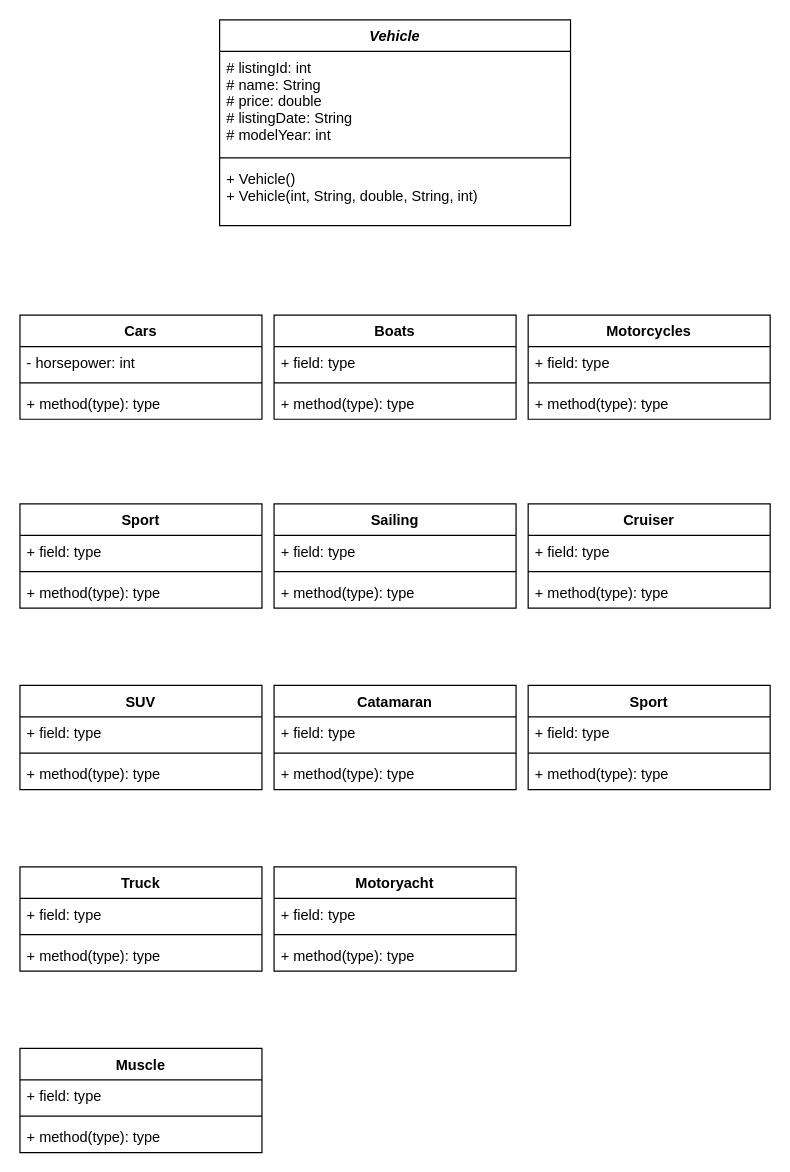
Before: UML/vehiclesellingportal.drawio in bariis/javaproject, a draw.io diagram. Source tidied: cells renumbered, new cells numbered last; positions are measured from the earlier drawing's top-left corner, leaving out a move shared by most shapes. Both pictures are drawn from the tidied source at 121%, with x=0, y=0 at pixel (19, 19).
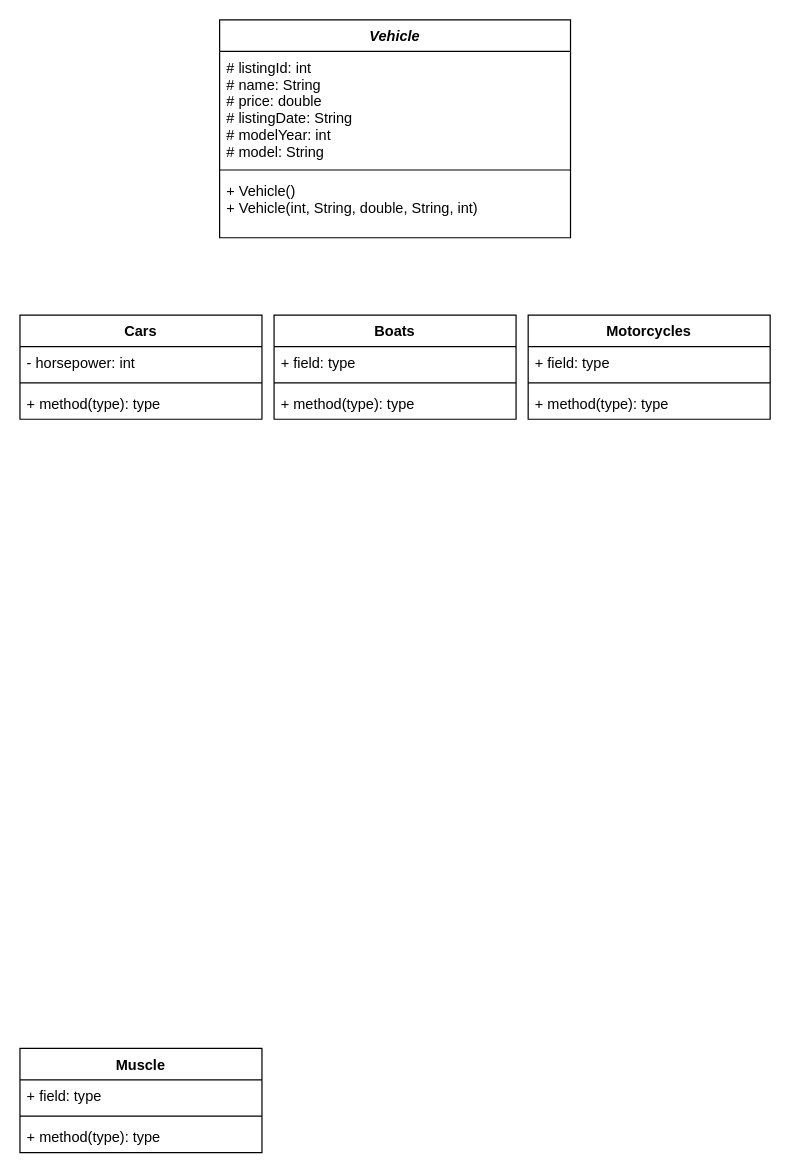
Above is the later version.

Diff of the diagram source:
```diff
@@
     <mxCell id="2" value="Vehicle" style="swimlane;fontStyle=3;align=center;verticalAlign=top;horizontal=1;startSize=26;" parent="1" vertex="1">
-      <mxGeometry x="165" width="290" height="170" as="geometry" />
+      <mxGeometry x="165" width="290" height="180" as="geometry" />
     </mxCell>
-    <mxCell id="3" value="# listingId: int&#10;# name: String&#10;# price: double&#10;# listingDate: String&#10;# modelYear: int&#10;" style="text;strokeColor=none;fillColor=none;align=left;verticalAlign=top;spacingLeft=4;spacingRight=4;overflow=hidden;" parent="2" vertex="1">
-      <mxGeometry y="26" width="290" height="84" as="geometry" />
+    <mxCell id="3" value="# listingId: int&#10;# name: String&#10;# price: double&#10;# listingDate: String&#10;# modelYear: int&#10;# model: String&#10;&#10;" style="text;strokeColor=none;fillColor=none;align=left;verticalAlign=top;spacingLeft=4;spacingRight=4;overflow=hidden;" parent="2" vertex="1">
+      <mxGeometry y="26" width="290" height="94" as="geometry" />
     </mxCell>
     <mxCell id="4" style="line;strokeWidth=1;fillColor=none;align=left;verticalAlign=middle;spacingTop=-1;spacingLeft=3;spacingRight=3;labelPosition=right;" parent="2" vertex="1">
-      <mxGeometry y="110" width="290" height="8" as="geometry" />
+      <mxGeometry y="120" width="290" height="8" as="geometry" />
     </mxCell>
     <mxCell id="5" value="+ Vehicle()&#10;+ Vehicle(int, String, double, String, int)" style="text;strokeColor=none;fillColor=none;align=left;verticalAlign=top;spacingLeft=4;spacingRight=4;overflow=hidden;" parent="2" vertex="1">
-      <mxGeometry y="118" width="290" height="52" as="geometry" />
+      <mxGeometry y="128" width="290" height="52" as="geometry" />
     </mxCell>
@@
-    <mxCell id="18" value="Sport" style="swimlane;fontStyle=1;align=center;verticalAlign=top;horizontal=1;startSize=26;" parent="1" vertex="1">
-      <mxGeometry y="400" width="200" height="86" as="geometry" />
-    </mxCell>
-    <mxCell id="19" value="+ field: type" style="text;strokeColor=none;fillColor=none;align=left;verticalAlign=top;spacingLeft=4;spacingRight=4;overflow=hidden;" parent="18" vertex="1">
-      <mxGeometry y="26" width="200" height="26" as="geometry" />
-    </mxCell>
-    <mxCell id="20" style="line;strokeWidth=1;fillColor=none;align=left;verticalAlign=middle;spacingTop=-1;spacingLeft=3;spacingRight=3;labelPosition=right;" parent="18" vertex="1">
-      <mxGeometry y="52" width="200" height="8" as="geometry" />
-    </mxCell>
-    <mxCell id="21" value="+ method(type): type" style="text;strokeColor=none;fillColor=none;align=left;verticalAlign=top;spacingLeft=4;spacingRight=4;overflow=hidden;" parent="18" vertex="1">
-      <mxGeometry y="60" width="200" height="26" as="geometry" />
-    </mxCell>
-    <mxCell id="22" value="SUV" style="swimlane;fontStyle=1;align=center;verticalAlign=top;horizontal=1;startSize=26;" parent="1" vertex="1">
-      <mxGeometry y="550" width="200" height="86" as="geometry" />
-    </mxCell>
-    <mxCell id="23" value="+ field: type" style="text;strokeColor=none;fillColor=none;align=left;verticalAlign=top;spacingLeft=4;spacingRight=4;overflow=hidden;" parent="22" vertex="1">
-      <mxGeometry y="26" width="200" height="26" as="geometry" />
-    </mxCell>
-    <mxCell id="24" style="line;strokeWidth=1;fillColor=none;align=left;verticalAlign=middle;spacingTop=-1;spacingLeft=3;spacingRight=3;labelPosition=right;" parent="22" vertex="1">
-      <mxGeometry y="52" width="200" height="8" as="geometry" />
-    </mxCell>
-    <mxCell id="25" value="+ method(type): type" style="text;strokeColor=none;fillColor=none;align=left;verticalAlign=top;spacingLeft=4;spacingRight=4;overflow=hidden;" parent="22" vertex="1">
-      <mxGeometry y="60" width="200" height="26" as="geometry" />
-    </mxCell>
-    <mxCell id="26" value="Truck" style="swimlane;fontStyle=1;align=center;verticalAlign=top;horizontal=1;startSize=26;" parent="1" vertex="1">
-      <mxGeometry y="700" width="200" height="86" as="geometry" />
-    </mxCell>
-    <mxCell id="27" value="+ field: type" style="text;strokeColor=none;fillColor=none;align=left;verticalAlign=top;spacingLeft=4;spacingRight=4;overflow=hidden;" parent="26" vertex="1">
-      <mxGeometry y="26" width="200" height="26" as="geometry" />
-    </mxCell>
-    <mxCell id="28" style="line;strokeWidth=1;fillColor=none;align=left;verticalAlign=middle;spacingTop=-1;spacingLeft=3;spacingRight=3;labelPosition=right;" parent="26" vertex="1">
-      <mxGeometry y="52" width="200" height="8" as="geometry" />
-    </mxCell>
-    <mxCell id="29" value="+ method(type): type" style="text;strokeColor=none;fillColor=none;align=left;verticalAlign=top;spacingLeft=4;spacingRight=4;overflow=hidden;" parent="26" vertex="1">
-      <mxGeometry y="60" width="200" height="26" as="geometry" />
-    </mxCell>
@@
-    <mxCell id="34" value="Sailing" style="swimlane;fontStyle=1;align=center;verticalAlign=top;horizontal=1;startSize=26;" parent="1" vertex="1">
-      <mxGeometry x="210" y="400" width="200" height="86" as="geometry" />
-    </mxCell>
-    <mxCell id="35" value="+ field: type" style="text;strokeColor=none;fillColor=none;align=left;verticalAlign=top;spacingLeft=4;spacingRight=4;overflow=hidden;" parent="34" vertex="1">
-      <mxGeometry y="26" width="200" height="26" as="geometry" />
-    </mxCell>
-    <mxCell id="36" style="line;strokeWidth=1;fillColor=none;align=left;verticalAlign=middle;spacingTop=-1;spacingLeft=3;spacingRight=3;labelPosition=right;" parent="34" vertex="1">
-      <mxGeometry y="52" width="200" height="8" as="geometry" />
-    </mxCell>
-    <mxCell id="37" value="+ method(type): type" style="text;strokeColor=none;fillColor=none;align=left;verticalAlign=top;spacingLeft=4;spacingRight=4;overflow=hidden;" parent="34" vertex="1">
-      <mxGeometry y="60" width="200" height="26" as="geometry" />
-    </mxCell>
-    <mxCell id="38" value="Catamaran" style="swimlane;fontStyle=1;align=center;verticalAlign=top;horizontal=1;startSize=26;" parent="1" vertex="1">
-      <mxGeometry x="210" y="550" width="200" height="86" as="geometry" />
-    </mxCell>
-    <mxCell id="39" value="+ field: type" style="text;strokeColor=none;fillColor=none;align=left;verticalAlign=top;spacingLeft=4;spacingRight=4;overflow=hidden;" parent="38" vertex="1">
-      <mxGeometry y="26" width="200" height="26" as="geometry" />
-    </mxCell>
-    <mxCell id="40" style="line;strokeWidth=1;fillColor=none;align=left;verticalAlign=middle;spacingTop=-1;spacingLeft=3;spacingRight=3;labelPosition=right;" parent="38" vertex="1">
-      <mxGeometry y="52" width="200" height="8" as="geometry" />
-    </mxCell>
-    <mxCell id="41" value="+ method(type): type" style="text;strokeColor=none;fillColor=none;align=left;verticalAlign=top;spacingLeft=4;spacingRight=4;overflow=hidden;" parent="38" vertex="1">
-      <mxGeometry y="60" width="200" height="26" as="geometry" />
-    </mxCell>
-    <mxCell id="42" value="Motoryacht" style="swimlane;fontStyle=1;align=center;verticalAlign=top;horizontal=1;startSize=26;" parent="1" vertex="1">
-      <mxGeometry x="210" y="700" width="200" height="86" as="geometry" />
-    </mxCell>
-    <mxCell id="43" value="+ field: type" style="text;strokeColor=none;fillColor=none;align=left;verticalAlign=top;spacingLeft=4;spacingRight=4;overflow=hidden;" parent="42" vertex="1">
-      <mxGeometry y="26" width="200" height="26" as="geometry" />
-    </mxCell>
-    <mxCell id="44" style="line;strokeWidth=1;fillColor=none;align=left;verticalAlign=middle;spacingTop=-1;spacingLeft=3;spacingRight=3;labelPosition=right;" parent="42" vertex="1">
-      <mxGeometry y="52" width="200" height="8" as="geometry" />
-    </mxCell>
-    <mxCell id="45" value="+ method(type): type" style="text;strokeColor=none;fillColor=none;align=left;verticalAlign=top;spacingLeft=4;spacingRight=4;overflow=hidden;" parent="42" vertex="1">
-      <mxGeometry y="60" width="200" height="26" as="geometry" />
-    </mxCell>
-    <mxCell id="46" value="Cruiser" style="swimlane;fontStyle=1;align=center;verticalAlign=top;horizontal=1;startSize=26;" parent="1" vertex="1">
-      <mxGeometry x="420" y="400" width="200" height="86" as="geometry" />
-    </mxCell>
-    <mxCell id="47" value="+ field: type" style="text;strokeColor=none;fillColor=none;align=left;verticalAlign=top;spacingLeft=4;spacingRight=4;overflow=hidden;" parent="46" vertex="1">
-      <mxGeometry y="26" width="200" height="26" as="geometry" />
-    </mxCell>
-    <mxCell id="48" style="line;strokeWidth=1;fillColor=none;align=left;verticalAlign=middle;spacingTop=-1;spacingLeft=3;spacingRight=3;labelPosition=right;" parent="46" vertex="1">
-      <mxGeometry y="52" width="200" height="8" as="geometry" />
-    </mxCell>
-    <mxCell id="49" value="+ method(type): type" style="text;strokeColor=none;fillColor=none;align=left;verticalAlign=top;spacingLeft=4;spacingRight=4;overflow=hidden;" parent="46" vertex="1">
-      <mxGeometry y="60" width="200" height="26" as="geometry" />
-    </mxCell>
-    <mxCell id="50" value="Sport" style="swimlane;fontStyle=1;align=center;verticalAlign=top;horizontal=1;startSize=26;" parent="1" vertex="1">
-      <mxGeometry x="420" y="550" width="200" height="86" as="geometry" />
-    </mxCell>
-    <mxCell id="51" value="+ field: type" style="text;strokeColor=none;fillColor=none;align=left;verticalAlign=top;spacingLeft=4;spacingRight=4;overflow=hidden;" parent="50" vertex="1">
-      <mxGeometry y="26" width="200" height="26" as="geometry" />
-    </mxCell>
-    <mxCell id="52" style="line;strokeWidth=1;fillColor=none;align=left;verticalAlign=middle;spacingTop=-1;spacingLeft=3;spacingRight=3;labelPosition=right;" parent="50" vertex="1">
-      <mxGeometry y="52" width="200" height="8" as="geometry" />
-    </mxCell>
-    <mxCell id="53" value="+ method(type): type" style="text;strokeColor=none;fillColor=none;align=left;verticalAlign=top;spacingLeft=4;spacingRight=4;overflow=hidden;" parent="50" vertex="1">
-      <mxGeometry y="60" width="200" height="26" as="geometry" />
-    </mxCell>
```
